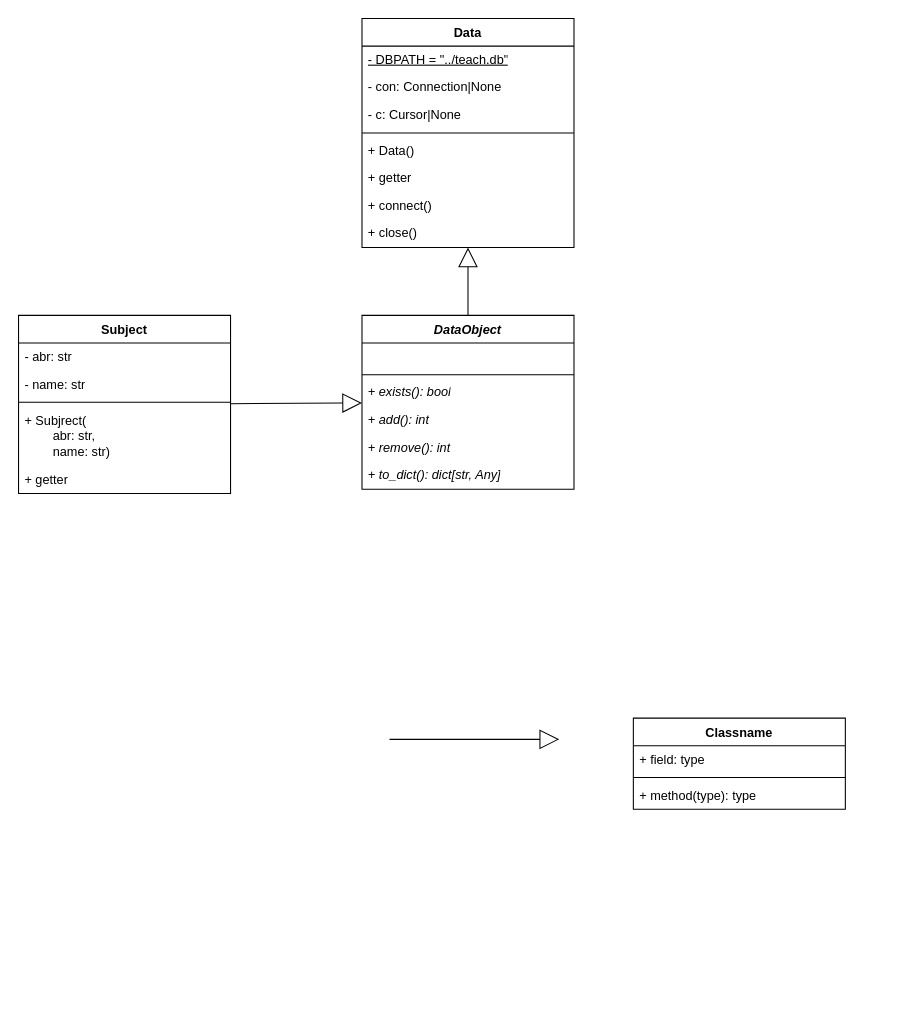
Earlier version of the draw.io diagram drafts/database.drawio (elma1989/teach). Source tidied: cells renumbered, new cells numbered last; positions are measured from the earlier drawing's top-left corner, leaving out a move shared by most shapes. Both pictures are drawn from the tidied source at 106%, with x=0, y=0 at pixel (18, 18).
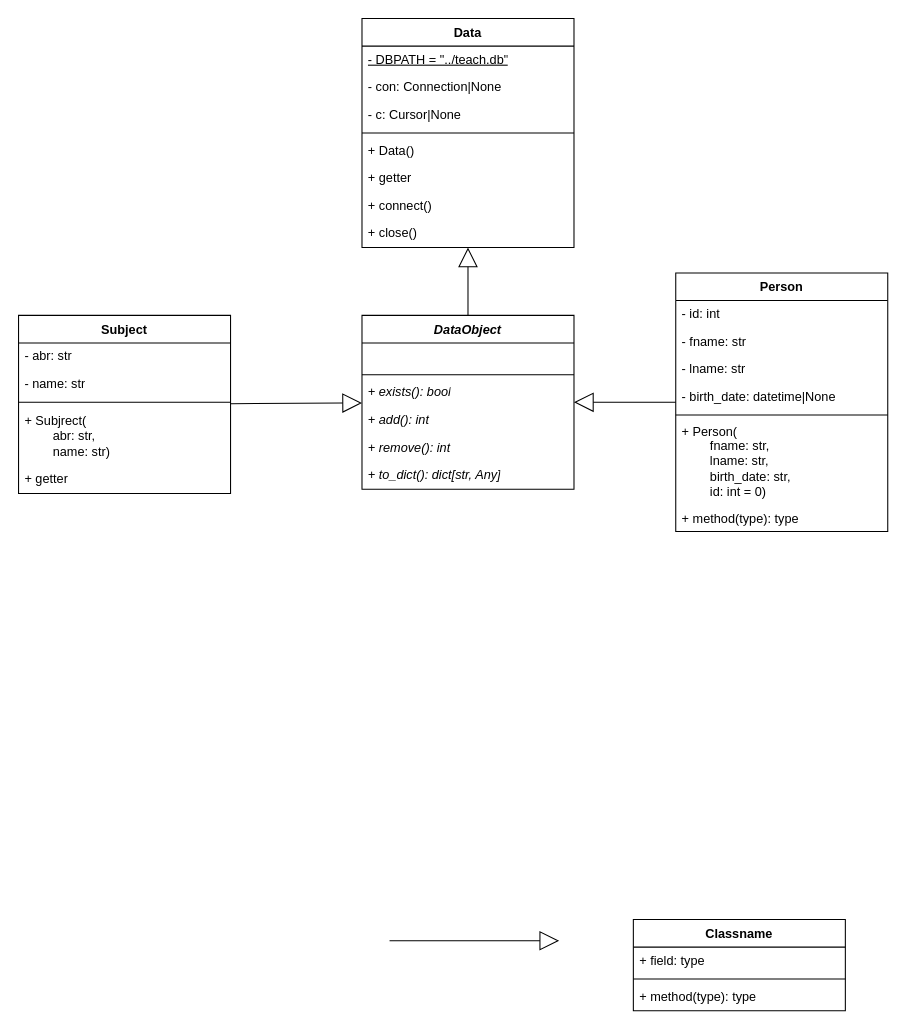
The same page after the edit.

The change refers to these unchanged cells:
```xml
<mxCell id="15" value="DataObject" style="swimlane;fontStyle=3;align=center;verticalAlign=top;horizontal=1;startSize=26;whiteSpace=wrap;html=1;" parent="1" vertex="1">
  <mxGeometry x="324" y="280" width="200" height="164" as="geometry" />
</mxCell>
<mxCell id="24" value="Subject" style="swimlane;fontStyle=1;align=center;verticalAlign=top;horizontal=1;startSize=26;whiteSpace=wrap;html=1;" parent="1" vertex="1">
  <mxGeometry y="280" width="200" height="168" as="geometry" />
</mxCell>
```

The edit, as a diff of the source:
```diff
@@
     <mxCell id="2" value="Classname" style="swimlane;fontStyle=1;align=center;verticalAlign=top;horizontal=1;startSize=26;whiteSpace=wrap;html=1;" parent="1" vertex="1">
-      <mxGeometry x="580" y="660" width="200" height="86" as="geometry" />
+      <mxGeometry x="580" y="850" width="200" height="86" as="geometry" />
     </mxCell>
-    <mxCell id="3" value="+ field: type" style="text;strokeColor=none;fillColor=none;align=left;verticalAlign=top;spacingLeft=4;spacingRight=4;overflow=hidden;whiteSpace=wrap;html=1;" parent="2" vertex="1">
+    <mxCell id="3" value="+ field: type" style="text;strokeColor=none;fillColor=none;align=left;verticalAlign=middle;spacingLeft=4;spacingRight=4;overflow=hidden;whiteSpace=wrap;html=1;" parent="2" vertex="1">
       <mxGeometry y="26" width="200" height="26" as="geometry" />
     </mxCell>
@@
-    <mxCell id="5" value="+ method(type): type" style="text;strokeColor=none;fillColor=none;align=left;verticalAlign=top;spacingLeft=4;spacingRight=4;overflow=hidden;whiteSpace=wrap;html=1;" parent="2" vertex="1">
+    <mxCell id="5" value="+ method(type): type" style="text;strokeColor=none;fillColor=none;align=left;verticalAlign=middle;spacingLeft=4;spacingRight=4;overflow=hidden;whiteSpace=wrap;html=1;" parent="2" vertex="1">
       <mxGeometry y="60" width="200" height="26" as="geometry" />
     </mxCell>
@@
     <mxCell id="22" style="endArrow=block;endSize=16;endFill=0;html=1;rounded=0;" parent="1" edge="1">
       <mxGeometry relative="1" as="geometry">
-        <mxPoint x="350" y="680" as="sourcePoint" />
-        <mxPoint x="510" y="680" as="targetPoint" />
+        <mxPoint x="350" y="870" as="sourcePoint" />
+        <mxPoint x="510" y="870" as="targetPoint" />
       </mxGeometry>
     </mxCell>
@@
-    <mxCell id="25" value="- abr: str" style="text;strokeColor=none;fillColor=none;align=left;verticalAlign=top;spacingLeft=4;spacingRight=4;overflow=hidden;whiteSpace=wrap;html=1;" parent="24" vertex="1">
+    <mxCell id="25" value="- abr: str" style="text;strokeColor=none;fillColor=none;align=left;verticalAlign=middle;spacingLeft=4;spacingRight=4;overflow=hidden;whiteSpace=wrap;html=1;" parent="24" vertex="1">
       <mxGeometry y="26" width="200" height="26" as="geometry" />
     </mxCell>
-    <mxCell id="26" value="- name: str" style="text;strokeColor=none;fillColor=none;align=left;verticalAlign=top;spacingLeft=4;spacingRight=4;overflow=hidden;whiteSpace=wrap;html=1;" parent="24" vertex="1">
+    <mxCell id="26" value="- name: str" style="text;strokeColor=none;fillColor=none;align=left;verticalAlign=middle;spacingLeft=4;spacingRight=4;overflow=hidden;whiteSpace=wrap;html=1;" parent="24" vertex="1">
       <mxGeometry y="52" width="200" height="26" as="geometry" />
     </mxCell>
@@
-    <mxCell id="28" value="&lt;div&gt;+ Subjrect(&lt;/div&gt;&lt;div&gt;&lt;span style=&quot;white-space: pre;&quot;&gt;&#9;&lt;/span&gt;abr: str,&lt;/div&gt;&lt;div&gt;&lt;span style=&quot;white-space: pre;&quot;&gt;&#9;&lt;/span&gt;name: str)&lt;br&gt;&lt;/div&gt;" style="text;strokeColor=none;fillColor=none;align=left;verticalAlign=top;spacingLeft=4;spacingRight=4;overflow=hidden;whiteSpace=wrap;html=1;" parent="24" vertex="1">
+    <mxCell id="28" value="&lt;div&gt;+ Subjrect(&lt;/div&gt;&lt;div&gt;&lt;span style=&quot;white-space: pre;&quot;&gt;&#9;&lt;/span&gt;abr: str,&lt;/div&gt;&lt;div&gt;&lt;span style=&quot;white-space: pre;&quot;&gt;&#9;&lt;/span&gt;name: str)&lt;br&gt;&lt;/div&gt;" style="text;strokeColor=none;fillColor=none;align=left;verticalAlign=middle;spacingLeft=4;spacingRight=4;overflow=hidden;whiteSpace=wrap;html=1;" parent="24" vertex="1">
       <mxGeometry y="86" width="200" height="56" as="geometry" />
     </mxCell>
-    <mxCell id="29" value="+ getter" style="text;strokeColor=none;fillColor=none;align=left;verticalAlign=top;spacingLeft=4;spacingRight=4;overflow=hidden;whiteSpace=wrap;html=1;" parent="24" vertex="1">
+    <mxCell id="29" value="+ getter" style="text;strokeColor=none;fillColor=none;align=left;verticalAlign=middle;spacingLeft=4;spacingRight=4;overflow=hidden;whiteSpace=wrap;html=1;" parent="24" vertex="1">
       <mxGeometry y="142" width="200" height="26" as="geometry" />
     </mxCell>
@@
+    <mxCell id="31" value="Person" style="swimlane;fontStyle=1;align=center;verticalAlign=top;horizontal=1;startSize=26;whiteSpace=wrap;html=1;" parent="1" vertex="1">
+      <mxGeometry x="620" y="240" width="200" height="244" as="geometry" />
+    </mxCell>
+    <mxCell id="32" value="- id: int" style="text;strokeColor=none;fillColor=none;align=left;verticalAlign=middle;spacingLeft=4;spacingRight=4;overflow=hidden;whiteSpace=wrap;html=1;" parent="31" vertex="1">
+      <mxGeometry y="26" width="200" height="26" as="geometry" />
+    </mxCell>
+    <mxCell id="33" value="- fname: str" style="text;strokeColor=none;fillColor=none;align=left;verticalAlign=middle;spacingLeft=4;spacingRight=4;overflow=hidden;whiteSpace=wrap;html=1;" parent="31" vertex="1">
+      <mxGeometry y="52" width="200" height="26" as="geometry" />
+    </mxCell>
+    <mxCell id="34" value="- lname: str" style="text;strokeColor=none;fillColor=none;align=left;verticalAlign=middle;spacingLeft=4;spacingRight=4;overflow=hidden;whiteSpace=wrap;html=1;" parent="31" vertex="1">
+      <mxGeometry y="78" width="200" height="26" as="geometry" />
+    </mxCell>
+    <mxCell id="35" value="- birth_date: datetime|None" style="text;strokeColor=none;fillColor=none;align=left;verticalAlign=middle;spacingLeft=4;spacingRight=4;overflow=hidden;whiteSpace=wrap;html=1;" parent="31" vertex="1">
+      <mxGeometry y="104" width="200" height="26" as="geometry" />
+    </mxCell>
+    <mxCell id="36" style="line;strokeWidth=1;fillColor=none;align=left;verticalAlign=middle;spacingTop=-1;spacingLeft=3;spacingRight=3;labelPosition=right;strokeColor=inherit;" parent="31" vertex="1">
+      <mxGeometry y="130" width="200" height="8" as="geometry" />
+    </mxCell>
+    <mxCell id="37" value="&lt;div&gt;+ Person(&lt;/div&gt;&lt;div&gt;&lt;span style=&quot;white-space: pre;&quot;&gt;&#9;&lt;/span&gt;fname: str,&lt;/div&gt;&lt;div&gt;&lt;span style=&quot;white-space: pre;&quot;&gt;&#9;&lt;/span&gt;lname: str,&lt;/div&gt;&lt;div&gt;&lt;span style=&quot;white-space: pre;&quot;&gt;&#9;&lt;/span&gt;birth_date: str,&lt;/div&gt;&lt;div&gt;&lt;span style=&quot;white-space: pre;&quot;&gt;&#9;&lt;/span&gt;id: int = 0)&lt;br&gt;&lt;/div&gt;" style="text;strokeColor=none;fillColor=none;align=left;verticalAlign=middle;spacingLeft=4;spacingRight=4;overflow=hidden;whiteSpace=wrap;html=1;" parent="31" vertex="1">
+      <mxGeometry y="138" width="200" height="80" as="geometry" />
+    </mxCell>
+    <mxCell id="38" value="+ method(type): type" style="text;strokeColor=none;fillColor=none;align=left;verticalAlign=top;spacingLeft=4;spacingRight=4;overflow=hidden;whiteSpace=wrap;html=1;" parent="31" vertex="1">
+      <mxGeometry y="218" width="200" height="26" as="geometry" />
+    </mxCell>
+    <mxCell id="39" style="endArrow=block;endSize=16;endFill=0;html=1;rounded=0;" parent="1" edge="1" source="31" target="15">
+      <mxGeometry relative="1" as="geometry" />
+    </mxCell>
```
